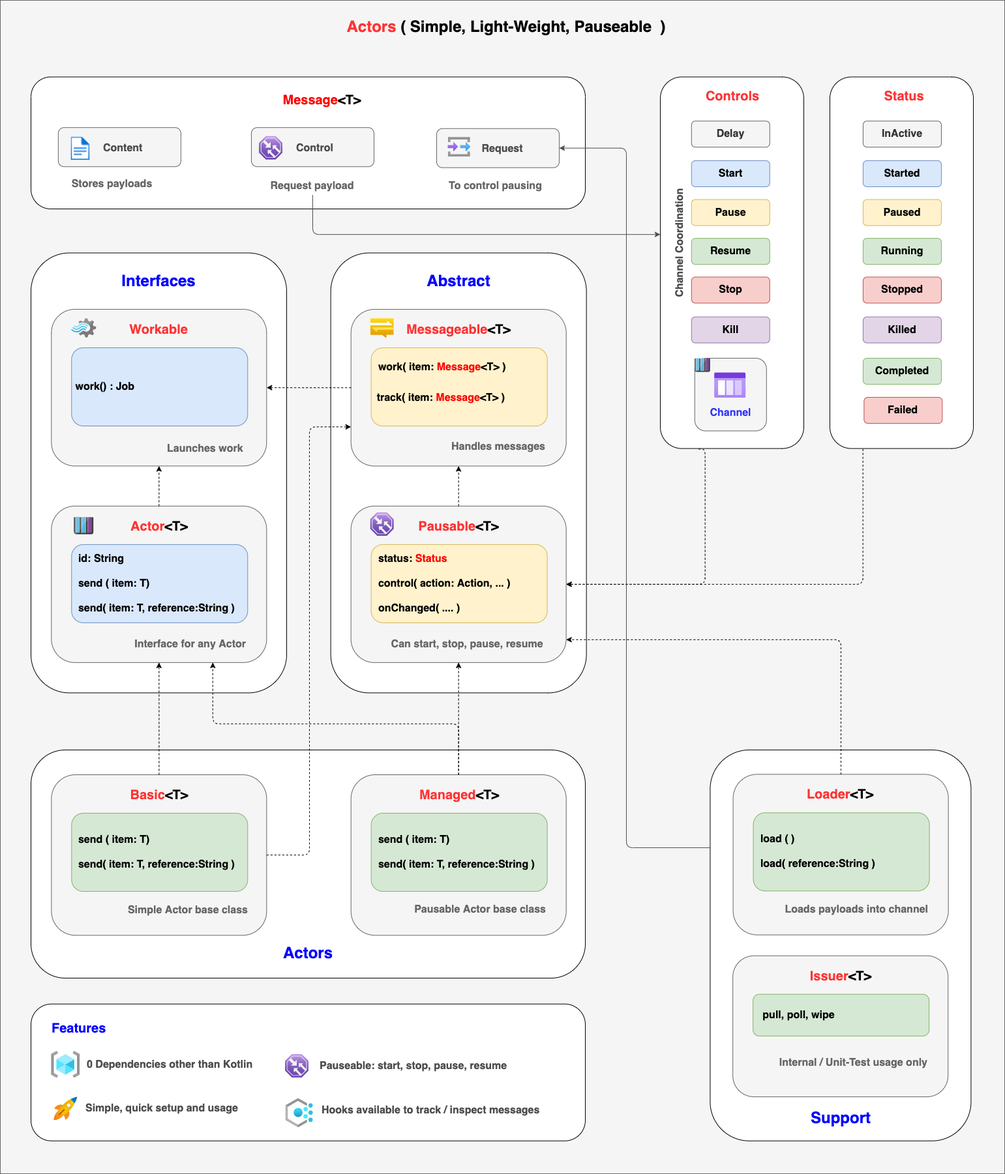
This is doc/diagrams/slatekit-actors.png from slatekit/kiit, a draw.io export, as it was before one commit. Source tidied: cells renumbered, new cells last; positions are measured from the earlier drawing's top-left corner, leaving out a move shared by most shapes.
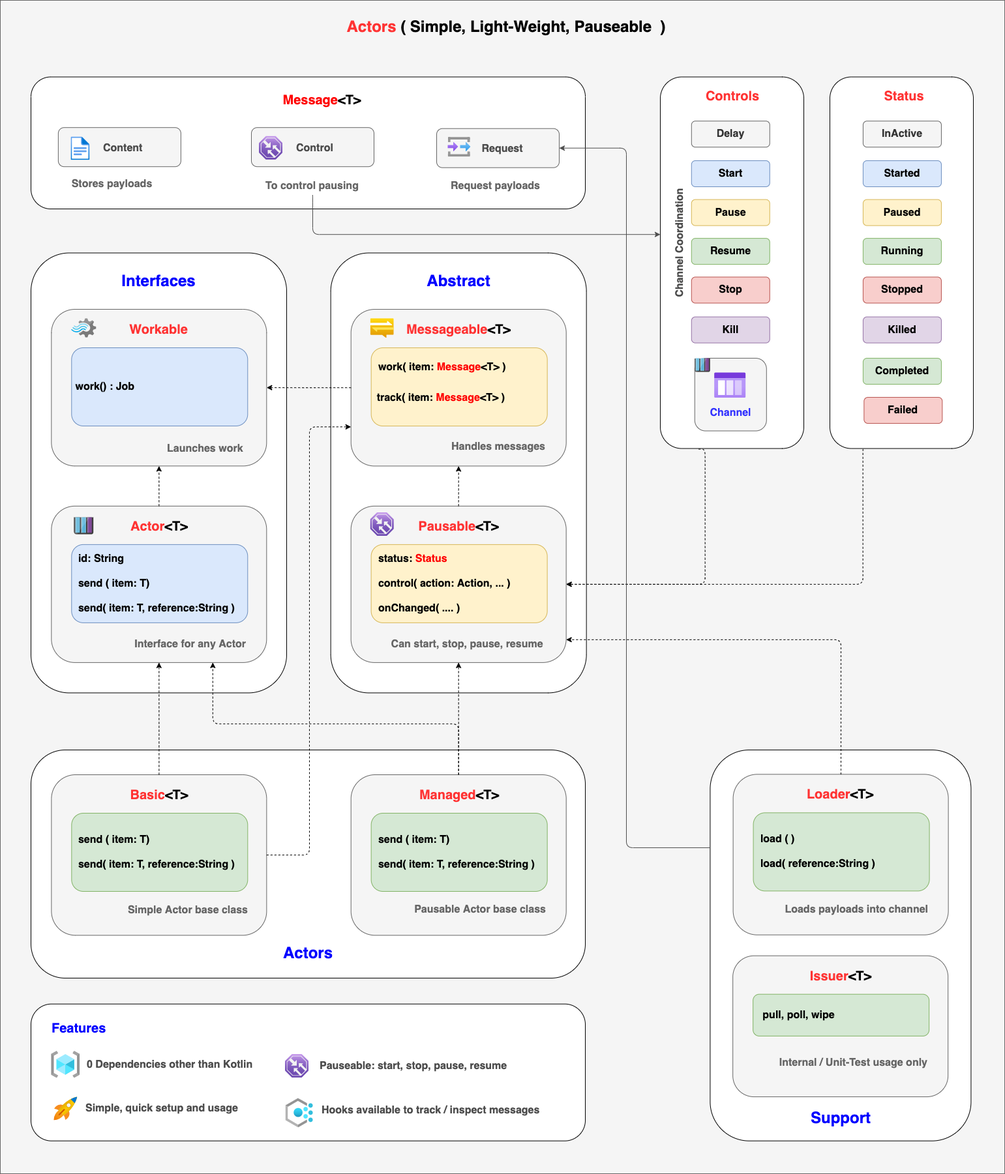
After the commit.

Commit message:
Docs: Update actor diagrams

The edit, as a diff of the source:
```diff
@@ -313,10 +313,10 @@
     <mxCell id="98" value="&lt;span style=&quot;font-size: 16px&quot;&gt;&lt;b&gt;Stores payloads&lt;/b&gt;&lt;/span&gt;" style="text;html=1;strokeColor=none;fillColor=none;align=center;verticalAlign=middle;whiteSpace=wrap;rounded=0;fontColor=#666666;" parent="1" vertex="1">
       <mxGeometry x="77.1" y="267.1" width="189.4" height="30" as="geometry" />
     </mxCell>
-    <mxCell id="99" value="&lt;span style=&quot;font-size: 16px&quot;&gt;&lt;b&gt;Request payload&lt;/b&gt;&lt;/span&gt;" style="text;html=1;strokeColor=none;fillColor=none;align=center;verticalAlign=middle;whiteSpace=wrap;rounded=0;fontColor=#666666;" parent="1" vertex="1">
+    <mxCell id="99" value="&lt;span style=&quot;font-size: 16px&quot;&gt;&lt;b&gt;To control pausing&lt;/b&gt;&lt;/span&gt;" style="text;html=1;strokeColor=none;fillColor=none;align=center;verticalAlign=middle;whiteSpace=wrap;rounded=0;fontColor=#666666;" parent="1" vertex="1">
       <mxGeometry x="383.5" y="269.6" width="189.4" height="30" as="geometry" />
     </mxCell>
-    <mxCell id="100" value="&lt;span style=&quot;font-size: 16px&quot;&gt;&lt;b&gt;To control pausing&lt;/b&gt;&lt;/span&gt;" style="text;html=1;strokeColor=none;fillColor=none;align=center;verticalAlign=middle;whiteSpace=wrap;rounded=0;fontColor=#666666;" parent="1" vertex="1">
+    <mxCell id="100" value="&lt;span style=&quot;font-size: 16px&quot;&gt;&lt;b&gt;Request payloads&lt;/b&gt;&lt;/span&gt;" style="text;html=1;strokeColor=none;fillColor=none;align=center;verticalAlign=middle;whiteSpace=wrap;rounded=0;fontColor=#666666;" parent="1" vertex="1">
       <mxGeometry x="664.9" y="269.6" width="189.4" height="30" as="geometry" />
     </mxCell>
     <mxCell id="101" value="&lt;div&gt;&lt;b&gt;&lt;font style=&quot;font-size: 24px&quot;&gt;Interfaces&lt;/font&gt;&lt;/b&gt;&lt;/div&gt;" style="text;html=1;strokeColor=none;fillColor=none;align=center;verticalAlign=middle;whiteSpace=wrap;rounded=0;fontColor=#0000FF;" parent="1" vertex="1">
```
